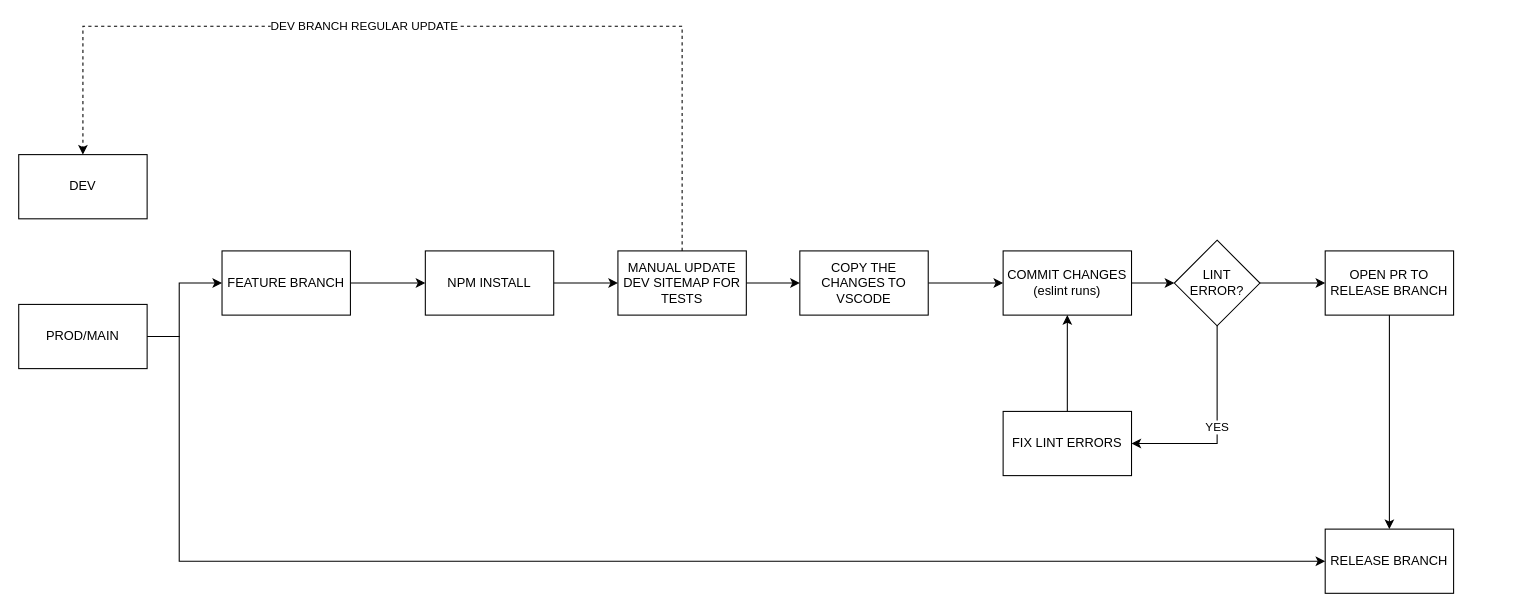
The draw.io diagram mcp-ci-flow.drawio in pettll/diagrams, before the edit. Source tidied: cells renumbered, new cells numbered last; positions are measured from the earlier drawing's top-left corner, leaving out a move shared by most shapes. Both pictures are drawn from the tidied source at 107%, with x=0, y=0 at pixel (18, 26).
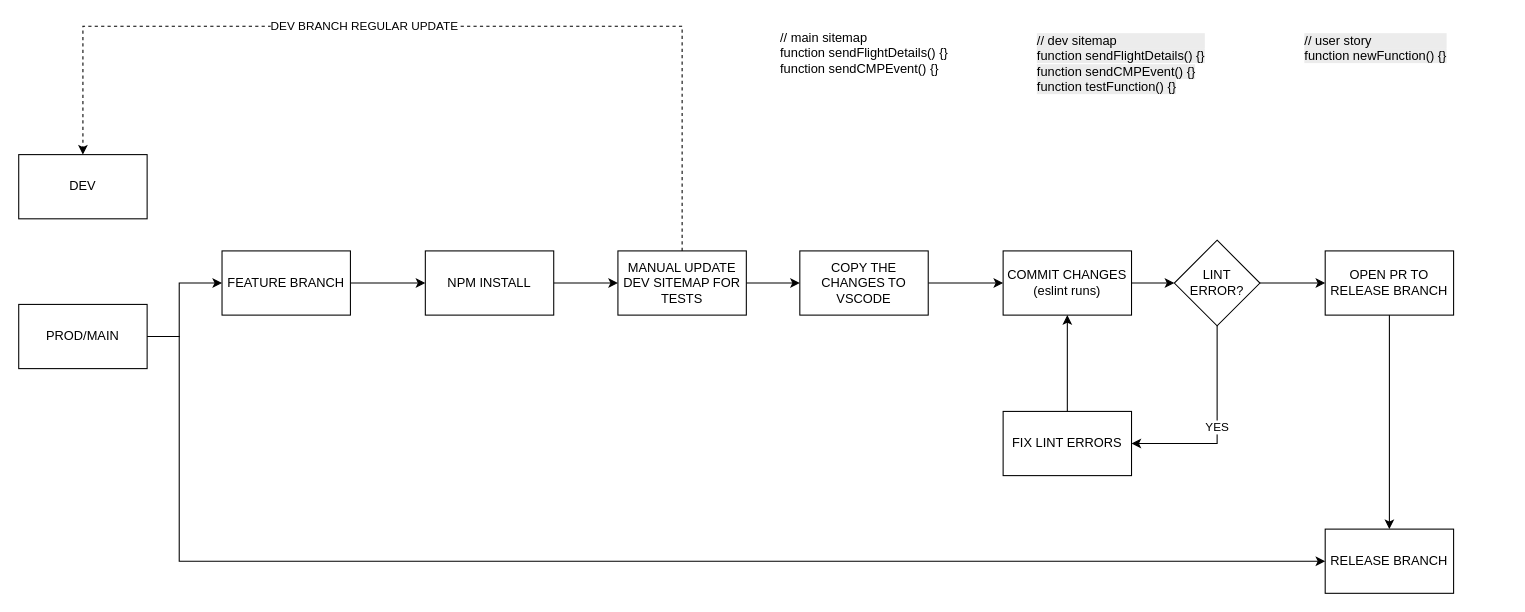
After the change.

Diff of the diagram source:
```diff
@@
+    <mxCell id="25" value="&lt;div&gt;// main sitemap&lt;/div&gt;function sendFlightDetails() {}&lt;br&gt;function sendCMPEvent() {}" style="text;html=1;align=left;verticalAlign=middle;whiteSpace=wrap;rounded=0;" parent="1" vertex="1">
+      <mxGeometry x="710" y="10" width="290" height="30" as="geometry" />
+    </mxCell>
+    <mxCell id="26" value="&lt;div style=&quot;forced-color-adjust: none; color: rgb(0, 0, 0); font-family: Helvetica; font-size: 12px; font-style: normal; font-variant-ligatures: normal; font-variant-caps: normal; font-weight: 400; letter-spacing: normal; orphans: 2; text-align: left; text-indent: 0px; text-transform: none; widows: 2; word-spacing: 0px; -webkit-text-stroke-width: 0px; white-space: normal; background-color: rgb(236, 236, 236); text-decoration-thickness: initial; text-decoration-style: initial; text-decoration-color: initial;&quot;&gt;// dev sitemap&lt;/div&gt;&lt;span style=&quot;color: rgb(0, 0, 0); font-family: Helvetica; font-size: 12px; font-style: normal; font-variant-ligatures: normal; font-variant-caps: normal; font-weight: 400; letter-spacing: normal; orphans: 2; text-align: left; text-indent: 0px; text-transform: none; widows: 2; word-spacing: 0px; -webkit-text-stroke-width: 0px; white-space: normal; background-color: rgb(236, 236, 236); text-decoration-thickness: initial; text-decoration-style: initial; text-decoration-color: initial; float: none; display: inline !important;&quot;&gt;function sendFlightDetails() {}&lt;/span&gt;&lt;br style=&quot;forced-color-adjust: none; color: rgb(0, 0, 0); font-family: Helvetica; font-size: 12px; font-style: normal; font-variant-ligatures: normal; font-variant-caps: normal; font-weight: 400; letter-spacing: normal; orphans: 2; text-align: left; text-indent: 0px; text-transform: none; widows: 2; word-spacing: 0px; -webkit-text-stroke-width: 0px; white-space: normal; background-color: rgb(236, 236, 236); text-decoration-thickness: initial; text-decoration-style: initial; text-decoration-color: initial;&quot;&gt;&lt;span style=&quot;color: rgb(0, 0, 0); font-family: Helvetica; font-size: 12px; font-style: normal; font-variant-ligatures: normal; font-variant-caps: normal; font-weight: 400; letter-spacing: normal; orphans: 2; text-align: left; text-indent: 0px; text-transform: none; widows: 2; word-spacing: 0px; -webkit-text-stroke-width: 0px; white-space: normal; background-color: rgb(236, 236, 236); text-decoration-thickness: initial; text-decoration-style: initial; text-decoration-color: initial; float: none; display: inline !important;&quot;&gt;function sendCMPEvent() {}&lt;/span&gt;&lt;div&gt;&lt;span style=&quot;color: rgb(0, 0, 0); font-family: Helvetica; font-size: 12px; font-style: normal; font-variant-ligatures: normal; font-variant-caps: normal; font-weight: 400; letter-spacing: normal; orphans: 2; text-align: left; text-indent: 0px; text-transform: none; widows: 2; word-spacing: 0px; -webkit-text-stroke-width: 0px; white-space: normal; background-color: rgb(236, 236, 236); text-decoration-thickness: initial; text-decoration-style: initial; text-decoration-color: initial; float: none; display: inline !important;&quot;&gt;function testFunction() {}&lt;/span&gt;&lt;/div&gt;" style="text;whiteSpace=wrap;html=1;" parent="1" vertex="1">
+      <mxGeometry x="950" width="190" height="70" as="geometry" />
+    </mxCell>
+    <mxCell id="27" value="&lt;div style=&quot;forced-color-adjust: none; color: rgb(0, 0, 0); font-family: Helvetica; font-size: 12px; font-style: normal; font-variant-ligatures: normal; font-variant-caps: normal; font-weight: 400; letter-spacing: normal; orphans: 2; text-align: left; text-indent: 0px; text-transform: none; widows: 2; word-spacing: 0px; -webkit-text-stroke-width: 0px; white-space: normal; background-color: rgb(236, 236, 236); text-decoration-thickness: initial; text-decoration-style: initial; text-decoration-color: initial;&quot;&gt;// user story&lt;/div&gt;&lt;div&gt;&lt;span style=&quot;color: rgb(0, 0, 0); font-family: Helvetica; font-size: 12px; font-style: normal; font-variant-ligatures: normal; font-variant-caps: normal; font-weight: 400; letter-spacing: normal; orphans: 2; text-align: left; text-indent: 0px; text-transform: none; widows: 2; word-spacing: 0px; -webkit-text-stroke-width: 0px; white-space: normal; background-color: rgb(236, 236, 236); text-decoration-thickness: initial; text-decoration-style: initial; text-decoration-color: initial; float: none; display: inline !important;&quot;&gt;function newFunction() {}&lt;/span&gt;&lt;/div&gt;" style="text;whiteSpace=wrap;html=1;" parent="1" vertex="1">
+      <mxGeometry x="1200" width="190" height="70" as="geometry" />
+    </mxCell>
```
